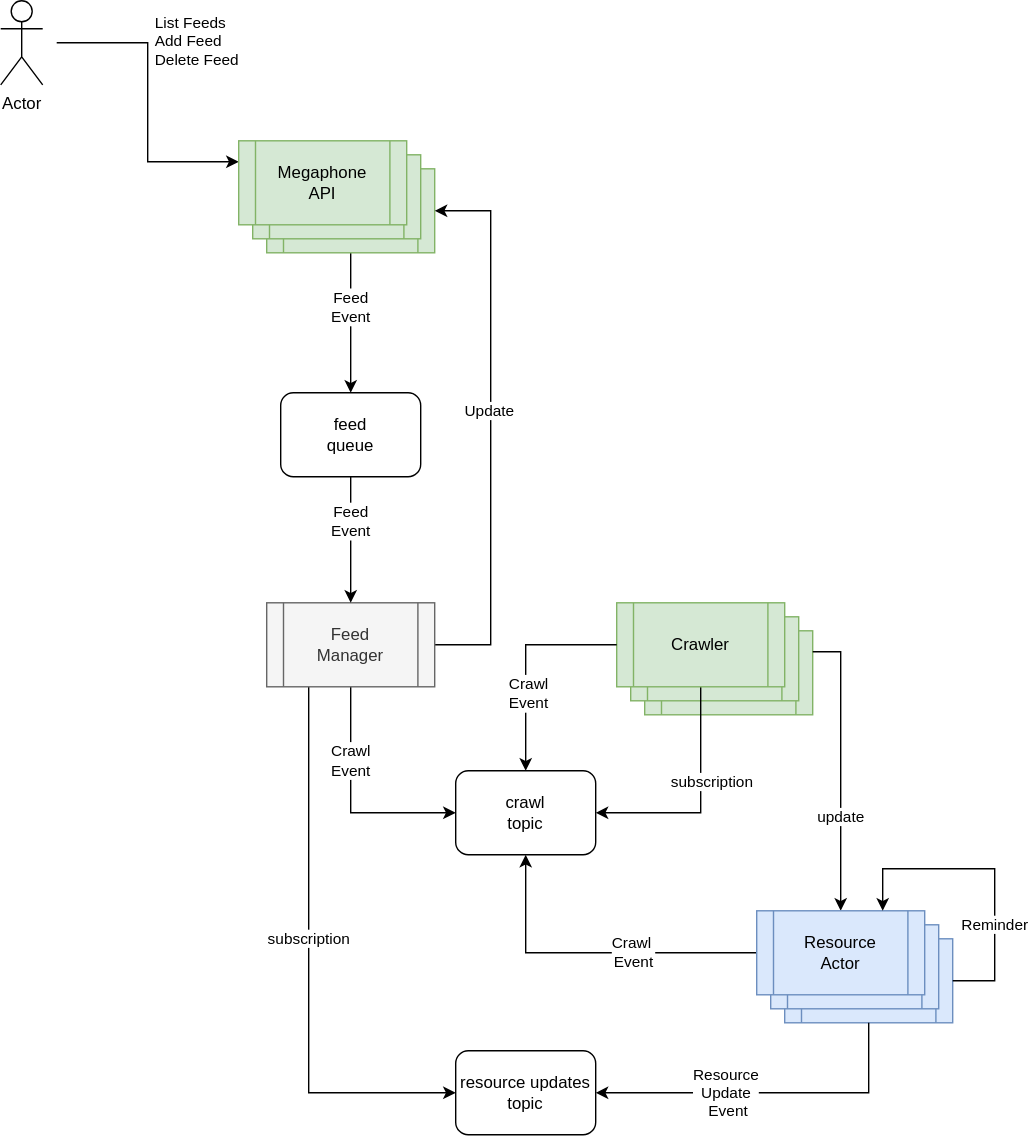
geffzhang/megaphone keeps this draw.io diagram as docs/media/megaphone.svg. Above is the earlier version. Source tidied: cells renumbered, new cells last; positions are measured from the earlier drawing's top-left corner, leaving out a move shared by most shapes. The source it was exported from:
```xml
<mxGraphModel background="#ffffff">
  <root>
    <mxCell id="0" />
    <mxCell id="1" parent="0" />
    <mxCell id="2" style="edgeStyle=orthogonalEdgeStyle;rounded=0;jettySize=auto;html=1;entryX=0.5;entryY=0;entryDx=0;entryDy=0;" parent="1" edge="1" source="4" target="33">
      <mxGeometry relative="1" as="geometry" />
    </mxCell>
    <mxCell id="3" value="Feed&lt;br&gt;Event" style="edgeLabel;html=1;align=center;verticalAlign=middle;" parent="2" vertex="1">
      <mxGeometry x="-0.23" relative="1" as="geometry" />
    </mxCell>
    <mxCell id="4" style="shape=process;whiteSpace=wrap;html=1;backgroundOutline=1;fillColor=#d5e8d4;strokeColor=#82b366;" parent="1" vertex="1">
      <mxGeometry x="190" y="120" width="120" height="60" as="geometry" />
    </mxCell>
    <mxCell id="5" style="shape=process;whiteSpace=wrap;html=1;backgroundOutline=1;fillColor=#d5e8d4;strokeColor=#82b366;" parent="1" vertex="1">
      <mxGeometry x="180" y="110" width="120" height="60" as="geometry" />
    </mxCell>
    <mxCell id="6" style="shape=process;whiteSpace=wrap;html=1;backgroundOutline=1;fillColor=#d5e8d4;strokeColor=#82b366;" parent="1" vertex="1">
      <mxGeometry x="460" y="450" width="120" height="60" as="geometry" />
    </mxCell>
    <mxCell id="7" style="shape=process;whiteSpace=wrap;html=1;backgroundOutline=1;fillColor=#d5e8d4;strokeColor=#82b366;" parent="1" vertex="1">
      <mxGeometry x="450" y="440" width="120" height="60" as="geometry" />
    </mxCell>
    <mxCell id="8" style="shape=process;whiteSpace=wrap;html=1;backgroundOutline=1;fillColor=#dae8fc;strokeColor=#6c8ebf;" parent="1" vertex="1">
      <mxGeometry x="560" y="670" width="120" height="60" as="geometry" />
    </mxCell>
    <mxCell id="9" style="shape=process;whiteSpace=wrap;html=1;backgroundOutline=1;fillColor=#dae8fc;strokeColor=#6c8ebf;" parent="1" vertex="1">
      <mxGeometry x="550" y="660" width="120" height="60" as="geometry" />
    </mxCell>
    <mxCell id="10" style="edgeStyle=orthogonalEdgeStyle;rounded=0;jettySize=auto;html=1;entryX=0;entryY=0.5;entryDx=0;entryDy=0;" parent="1" edge="1" source="15" target="24">
      <mxGeometry relative="1" as="geometry">
        <Array as="points">
          <mxPoint x="250" y="580" />
        </Array>
      </mxGeometry>
    </mxCell>
    <mxCell id="11" value="Crawl &lt;br&gt;Event" style="edgeLabel;html=1;align=center;verticalAlign=middle;" parent="10" vertex="1">
      <mxGeometry x="-0.04" relative="1" as="geometry">
        <mxPoint y="-27" as="offset" />
      </mxGeometry>
    </mxCell>
    <mxCell id="12" style="edgeStyle=orthogonalEdgeStyle;rounded=0;jettySize=auto;html=1;exitX=0.25;exitY=1;exitDx=0;exitDy=0;entryX=0;entryY=0.5;entryDx=0;entryDy=0;" parent="1" edge="1" source="15" target="30">
      <mxGeometry relative="1" as="geometry" />
    </mxCell>
    <mxCell id="13" style="edgeStyle=orthogonalEdgeStyle;rounded=0;jettySize=auto;html=1;exitX=1;exitY=0.5;exitDx=0;exitDy=0;entryX=1;entryY=0.5;entryDx=0;entryDy=0;" parent="1" edge="1" source="15" target="4">
      <mxGeometry relative="1" as="geometry">
        <Array as="points">
          <mxPoint x="350" y="460" />
          <mxPoint x="350" y="150" />
        </Array>
      </mxGeometry>
    </mxCell>
    <mxCell id="14" value="Update" style="edgeLabel;html=1;align=center;verticalAlign=middle;" parent="13" vertex="1">
      <mxGeometry x="0.24" y="1" relative="1" as="geometry">
        <mxPoint y="35" as="offset" />
      </mxGeometry>
    </mxCell>
    <mxCell id="15" value="Feed&lt;br&gt;Manager" style="shape=process;whiteSpace=wrap;html=1;backgroundOutline=1;strokeColor=#666666;fontColor=#333333;fillColor=#f5f5f5;" parent="1" vertex="1">
      <mxGeometry x="190" y="430" width="120" height="60" as="geometry" />
    </mxCell>
    <mxCell id="16" style="edgeStyle=orthogonalEdgeStyle;rounded=0;jettySize=auto;html=1;entryX=0;entryY=0.25;entryDx=0;entryDy=0;" parent="1" edge="1" target="39">
      <mxGeometry relative="1" as="geometry">
        <mxPoint x="40" y="30" as="sourcePoint" />
      </mxGeometry>
    </mxCell>
    <mxCell id="17" value="&lt;div style=&quot;text-align: left&quot;&gt;List Feeds&lt;/div&gt;&lt;div style=&quot;text-align: left&quot;&gt;Add Feed&lt;/div&gt;&lt;div style=&quot;text-align: left&quot;&gt;Delete Feed&lt;/div&gt;" style="edgeLabel;html=1;align=center;verticalAlign=middle;" parent="16" vertex="1">
      <mxGeometry x="-0.22" y="3" relative="1" as="geometry">
        <mxPoint x="32" y="-21" as="offset" />
      </mxGeometry>
    </mxCell>
    <mxCell id="18" value="Actor" style="shape=umlActor;verticalLabelPosition=bottom;labelBackgroundColor=#ffffff;verticalAlign=top;html=1;" parent="1" vertex="1">
      <mxGeometry width="30" height="60" as="geometry" />
    </mxCell>
    <mxCell id="19" style="edgeStyle=orthogonalEdgeStyle;rounded=0;jettySize=auto;html=1;entryX=1;entryY=0.5;entryDx=0;entryDy=0;exitX=0.5;exitY=1;exitDx=0;exitDy=0;" parent="1" edge="1" source="23" target="24">
      <mxGeometry relative="1" as="geometry" />
    </mxCell>
    <mxCell id="20" value="subscription" style="edgeLabel;html=1;align=center;verticalAlign=middle;" parent="19" vertex="1">
      <mxGeometry x="-0.3" y="-2" relative="1" as="geometry">
        <mxPoint x="-278" y="122" as="offset" />
      </mxGeometry>
    </mxCell>
    <mxCell id="21" style="edgeStyle=orthogonalEdgeStyle;rounded=0;jettySize=auto;html=1;exitX=1;exitY=0.25;exitDx=0;exitDy=0;entryX=0.5;entryY=0;entryDx=0;entryDy=0;" parent="1" edge="1" source="6" target="29">
      <mxGeometry relative="1" as="geometry" />
    </mxCell>
    <mxCell id="22" value="update" style="edgeLabel;html=1;align=center;verticalAlign=middle;" parent="21" vertex="1">
      <mxGeometry x="0.34" relative="1" as="geometry" />
    </mxCell>
    <mxCell id="23" value="Crawler" style="shape=process;whiteSpace=wrap;html=1;backgroundOutline=1;fillColor=#d5e8d4;strokeColor=#82b366;" parent="1" vertex="1">
      <mxGeometry x="440" y="430" width="120" height="60" as="geometry" />
    </mxCell>
    <mxCell id="24" value="crawl&lt;br&gt;topic" style="rounded=1;whiteSpace=wrap;html=1;" parent="1" vertex="1">
      <mxGeometry x="325" y="550" width="100" height="60" as="geometry" />
    </mxCell>
    <mxCell id="25" style="edgeStyle=orthogonalEdgeStyle;rounded=0;jettySize=auto;html=1;entryX=0.5;entryY=1;entryDx=0;entryDy=0;" parent="1" edge="1" source="29" target="24">
      <mxGeometry relative="1" as="geometry" />
    </mxCell>
    <mxCell id="26" value="Crawl&amp;nbsp;&lt;br&gt;Event" style="edgeLabel;html=1;align=center;verticalAlign=middle;" parent="25" vertex="1">
      <mxGeometry x="-0.52" y="-1" relative="1" as="geometry">
        <mxPoint x="-32" y="1" as="offset" />
      </mxGeometry>
    </mxCell>
    <mxCell id="27" style="edgeStyle=orthogonalEdgeStyle;rounded=0;jettySize=auto;html=1;entryX=1;entryY=0.5;entryDx=0;entryDy=0;exitX=0.5;exitY=1;exitDx=0;exitDy=0;" parent="1" edge="1" source="8" target="30">
      <mxGeometry relative="1" as="geometry" />
    </mxCell>
    <mxCell id="28" value="Resource&lt;br&gt;Update&lt;br&gt;&amp;nbsp;Event" style="edgeLabel;html=1;align=center;verticalAlign=middle;" parent="27" vertex="1">
      <mxGeometry x="0.61" y="-3" relative="1" as="geometry">
        <mxPoint x="45" y="3" as="offset" />
      </mxGeometry>
    </mxCell>
    <mxCell id="29" value="Resource&lt;br&gt;Actor" style="shape=process;whiteSpace=wrap;html=1;backgroundOutline=1;fillColor=#dae8fc;strokeColor=#6c8ebf;" parent="1" vertex="1">
      <mxGeometry x="540" y="650" width="120" height="60" as="geometry" />
    </mxCell>
    <mxCell id="30" value="resource updates topic" style="rounded=1;whiteSpace=wrap;html=1;" parent="1" vertex="1">
      <mxGeometry x="325" y="750" width="100" height="60" as="geometry" />
    </mxCell>
    <mxCell id="31" style="edgeStyle=orthogonalEdgeStyle;rounded=0;jettySize=auto;html=1;exitX=0.5;exitY=1;exitDx=0;exitDy=0;entryX=0.5;entryY=0;entryDx=0;entryDy=0;" parent="1" edge="1" source="33" target="15">
      <mxGeometry relative="1" as="geometry" />
    </mxCell>
    <mxCell id="32" value="Feed&lt;br&gt;Event" style="edgeLabel;html=1;align=center;verticalAlign=middle;" parent="31" vertex="1">
      <mxGeometry x="-0.29" relative="1" as="geometry" />
    </mxCell>
    <mxCell id="33" value="feed&lt;br&gt;queue" style="rounded=1;whiteSpace=wrap;html=1;" parent="1" vertex="1">
      <mxGeometry x="200" y="280" width="100" height="60" as="geometry" />
    </mxCell>
    <mxCell id="34" value="subscription" style="edgeLabel;html=1;align=center;verticalAlign=middle;" parent="1" vertex="1">
      <mxGeometry x="508" y="558" as="geometry" />
    </mxCell>
    <mxCell id="35" style="edgeStyle=orthogonalEdgeStyle;rounded=0;jettySize=auto;html=1;entryX=0.5;entryY=0;entryDx=0;entryDy=0;" parent="1" edge="1" source="23" target="24">
      <mxGeometry relative="1" as="geometry" />
    </mxCell>
    <mxCell id="36" value="Crawl&lt;br&gt;Event" style="edgeLabel;html=1;align=center;verticalAlign=middle;" parent="35" vertex="1">
      <mxGeometry x="0.28" y="2" relative="1" as="geometry" />
    </mxCell>
    <mxCell id="37" style="edgeStyle=orthogonalEdgeStyle;rounded=0;jettySize=auto;html=1;exitX=1;exitY=0.5;exitDx=0;exitDy=0;entryX=0.75;entryY=0;entryDx=0;entryDy=0;" parent="1" edge="1" source="8" target="29">
      <mxGeometry relative="1" as="geometry">
        <Array as="points">
          <mxPoint x="710" y="700" />
          <mxPoint x="710" y="620" />
          <mxPoint x="630" y="620" />
        </Array>
      </mxGeometry>
    </mxCell>
    <mxCell id="38" value="Reminder" style="edgeLabel;html=1;align=center;verticalAlign=middle;" parent="37" vertex="1">
      <mxGeometry x="-0.13" y="-2" relative="1" as="geometry">
        <mxPoint x="-2" y="25" as="offset" />
      </mxGeometry>
    </mxCell>
    <mxCell id="39" value="Megaphone&lt;br&gt;API" style="shape=process;whiteSpace=wrap;html=1;backgroundOutline=1;fillColor=#d5e8d4;strokeColor=#82b366;" parent="1" vertex="1">
      <mxGeometry x="170" y="100" width="120" height="60" as="geometry" />
    </mxCell>
  </root>
</mxGraphModel>
```
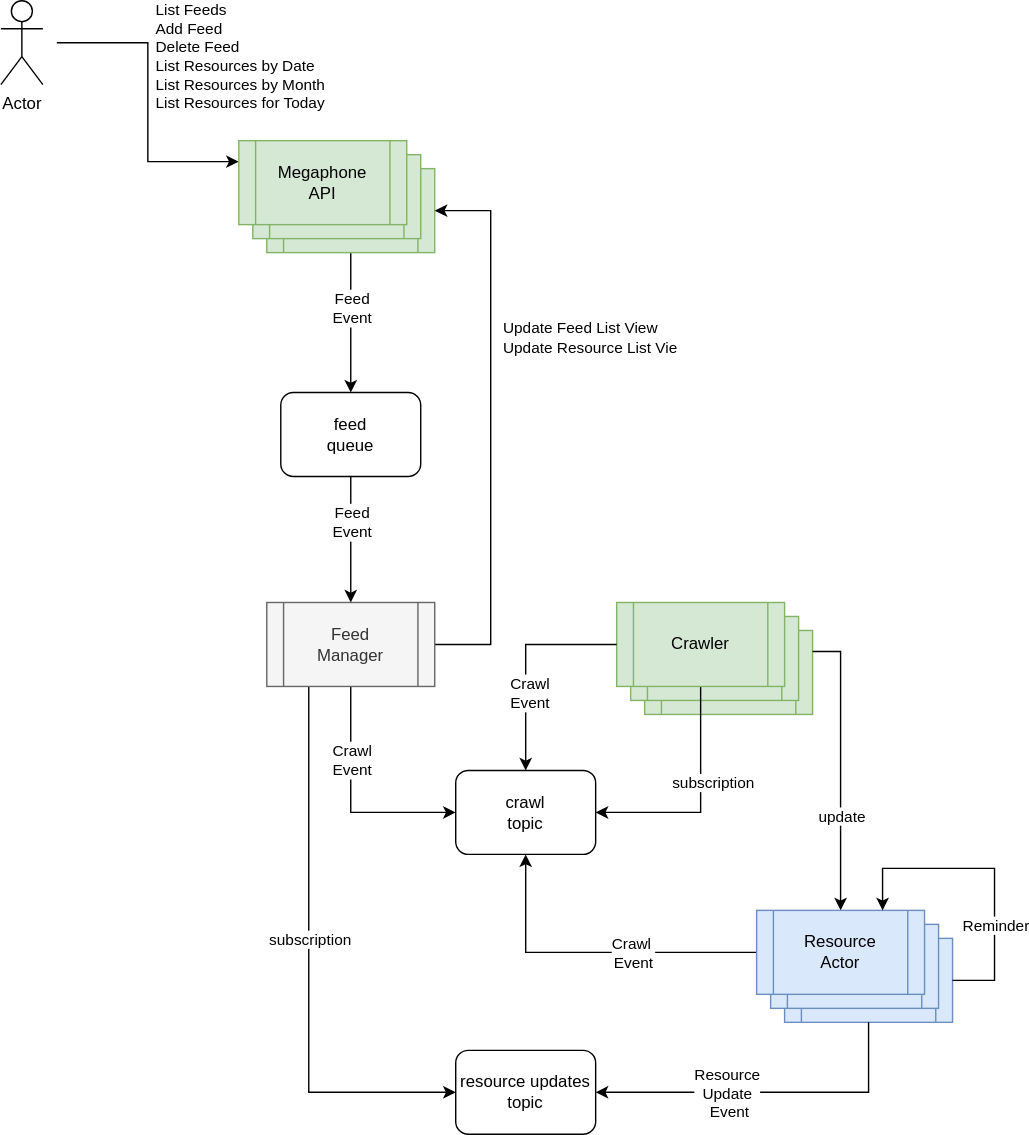
Above is the later version.

Commit message:
Updated Design Diagram

The edit, as a diff of the source:
```diff
@@ -49,9 +49,9 @@
         </Array>
       </mxGeometry>
     </mxCell>
-    <mxCell id="14" value="Update" style="edgeLabel;html=1;align=center;verticalAlign=middle;" parent="13" vertex="1">
+    <mxCell id="14" value="&lt;div style=&quot;text-align: left&quot;&gt;Update Feed List View&lt;/div&gt;&lt;div style=&quot;text-align: left&quot;&gt;Update Resource List Vie&lt;/div&gt;" style="edgeLabel;html=1;align=center;verticalAlign=middle;" parent="13" vertex="1">
       <mxGeometry x="0.24" y="1" relative="1" as="geometry">
-        <mxPoint y="35" as="offset" />
+        <mxPoint x="71" y="-17" as="offset" />
       </mxGeometry>
     </mxCell>
     <mxCell id="15" value="Feed&lt;br&gt;Manager" style="shape=process;whiteSpace=wrap;html=1;backgroundOutline=1;strokeColor=#666666;fontColor=#333333;fillColor=#f5f5f5;" parent="1" vertex="1">
@@ -62,9 +62,9 @@
         <mxPoint x="40" y="30" as="sourcePoint" />
       </mxGeometry>
     </mxCell>
-    <mxCell id="17" value="&lt;div style=&quot;text-align: left&quot;&gt;List Feeds&lt;/div&gt;&lt;div style=&quot;text-align: left&quot;&gt;Add Feed&lt;/div&gt;&lt;div style=&quot;text-align: left&quot;&gt;Delete Feed&lt;/div&gt;" style="edgeLabel;html=1;align=center;verticalAlign=middle;" parent="16" vertex="1">
+    <mxCell id="17" value="&lt;div style=&quot;text-align: left&quot;&gt;List Feeds&lt;/div&gt;&lt;div style=&quot;text-align: left&quot;&gt;Add Feed&lt;/div&gt;&lt;div style=&quot;text-align: left&quot;&gt;Delete Feed&lt;/div&gt;&lt;div style=&quot;text-align: left&quot;&gt;List Resources by Date&lt;/div&gt;&lt;div style=&quot;text-align: left&quot;&gt;List Resources by Month&lt;/div&gt;&lt;div style=&quot;text-align: left&quot;&gt;List Resources for Today&lt;/div&gt;" style="edgeLabel;html=1;align=center;verticalAlign=middle;" parent="16" vertex="1">
       <mxGeometry x="-0.22" y="3" relative="1" as="geometry">
-        <mxPoint x="32" y="-21" as="offset" />
+        <mxPoint x="62" y="-10" as="offset" />
       </mxGeometry>
     </mxCell>
     <mxCell id="18" value="Actor" style="shape=umlActor;verticalLabelPosition=bottom;labelBackgroundColor=#ffffff;verticalAlign=top;html=1;" parent="1" vertex="1">
```
